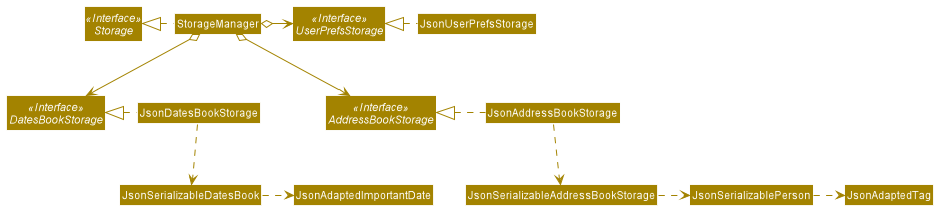
nus-cs2103-AY2021S2/tp keeps this PlantUML diagram as docs/images/StorageClassDiagram.png. Above is the earlier version.
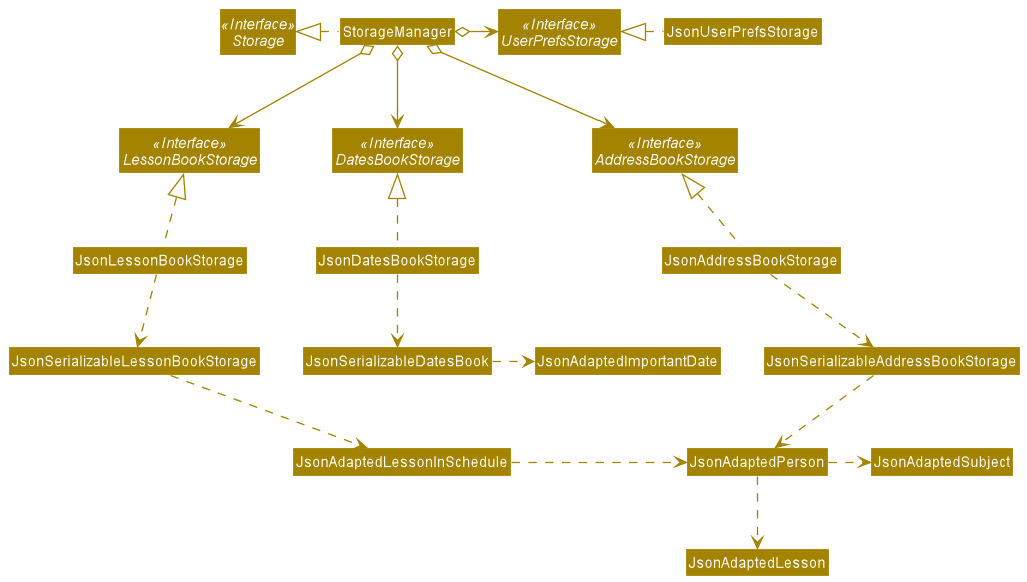
The same diagram one commit later.

Commit message:
Update Storage class diagram

Change to the diagram source:
```diff
@@ -8,23 +8,36 @@
 Interface UserPrefsStorage <<Interface>>
 Interface AddressBookStorage <<Interface>>
 Interface DatesBookStorage <<Interface>>
+Interface LessonBookStorage <<Interface>>
 
 Class StorageManager
 Class JsonUserPrefsStorage
 Class JsonAddressBookStorage
 Class JsonDatesBookStorage
+Class JsonLessonBookStorage
+Class JsonAdaptedPerson
 
 StorageManager .left.|> Storage
 StorageManager o-right-> UserPrefsStorage
 StorageManager o--> AddressBookStorage
 StorageManager o--> DatesBookStorage
+StorageManager o--> LessonBookStorage
 
 JsonUserPrefsStorage .left.|> UserPrefsStorage
-JsonAddressBookStorage .left.|> AddressBookStorage
+JsonAddressBookStorage .up.|> AddressBookStorage
 JsonAddressBookStorage .down.> JsonSerializableAddressBookStorage
-JsonSerializableAddressBookStorage .right.> JsonSerializablePerson
-JsonSerializablePerson .right.> JsonAdaptedTag
-JsonDatesBookStorage .left.|>DatesBookStorage
+JsonSerializableAddressBookStorage .down.> JsonAdaptedPerson
+JsonAdaptedPerson .right.> JsonAdaptedSubject
+JsonAdaptedPerson .down.> JsonAdaptedLesson
+
+JsonDatesBookStorage .up.|>DatesBookStorage
 JsonDatesBookStorage .down.> JsonSerializableDatesBook
 JsonSerializableDatesBook .right.> JsonAdaptedImportantDate
+
+JsonLessonBookStorage .up.|> LessonBookStorage
+JsonLessonBookStorage .down.> JsonSerializableLessonBookStorage
+JsonSerializableLessonBookStorage .down.> JsonAdaptedLessonInSchedule
+JsonAdaptedLessonInSchedule .right.> JsonAdaptedPerson
+
+
 @enduml
```
